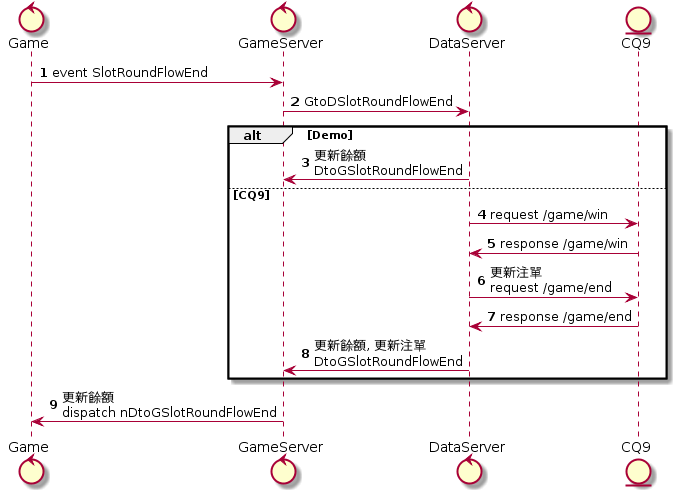
This is server/flow/1 Slot/13 RoundFlowEnd.png from s9256001/digame, a PlantUML export, as it was before one commit. Source of this version:
```plantuml
@startuml
control Game
control GameServer
control DataServer
entity CQ9

autonumber 1
Game -> GameServer: event SlotRoundFlowEnd
GameServer -> DataServer: GtoDSlotRoundFlowEnd
alt Demo
	DataServer -> GameServer: 更新餘額\nDtoGSlotRoundFlowEnd
else CQ9
	DataServer -> CQ9: request /game/win
	CQ9 -> DataServer: response /game/win
	DataServer -> CQ9: 更新注單\nrequest /game/end
	CQ9 -> DataServer: response /game/end
	DataServer -> GameServer: 更新餘額, 更新注單\nDtoGSlotRoundFlowEnd
end
GameServer -> Game: 更新餘額\ndispatch nDtoGSlotRoundFlowEnd
@enduml
```
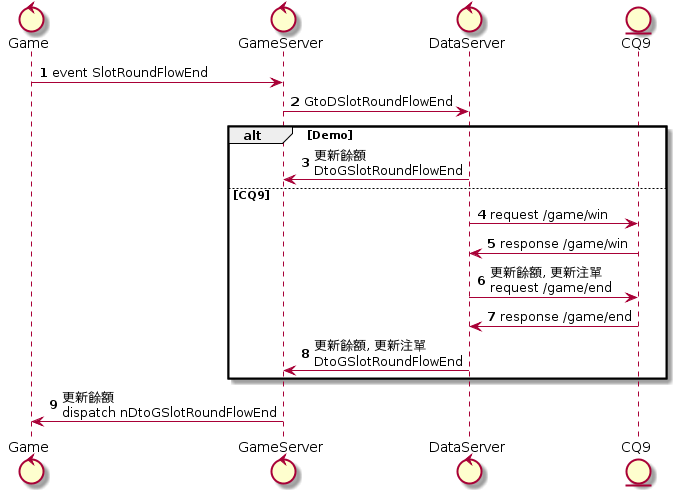
After the commit.

The edit, as a diff of the source:
```diff
@@ -12,7 +12,7 @@
 else CQ9
 	DataServer -> CQ9: request /game/win
 	CQ9 -> DataServer: response /game/win
-	DataServer -> CQ9: 更新注單\nrequest /game/end
+	DataServer -> CQ9: 更新餘額, 更新注單\nrequest /game/end
 	CQ9 -> DataServer: response /game/end
 	DataServer -> GameServer: 更新餘額, 更新注單\nDtoGSlotRoundFlowEnd
 end
```
